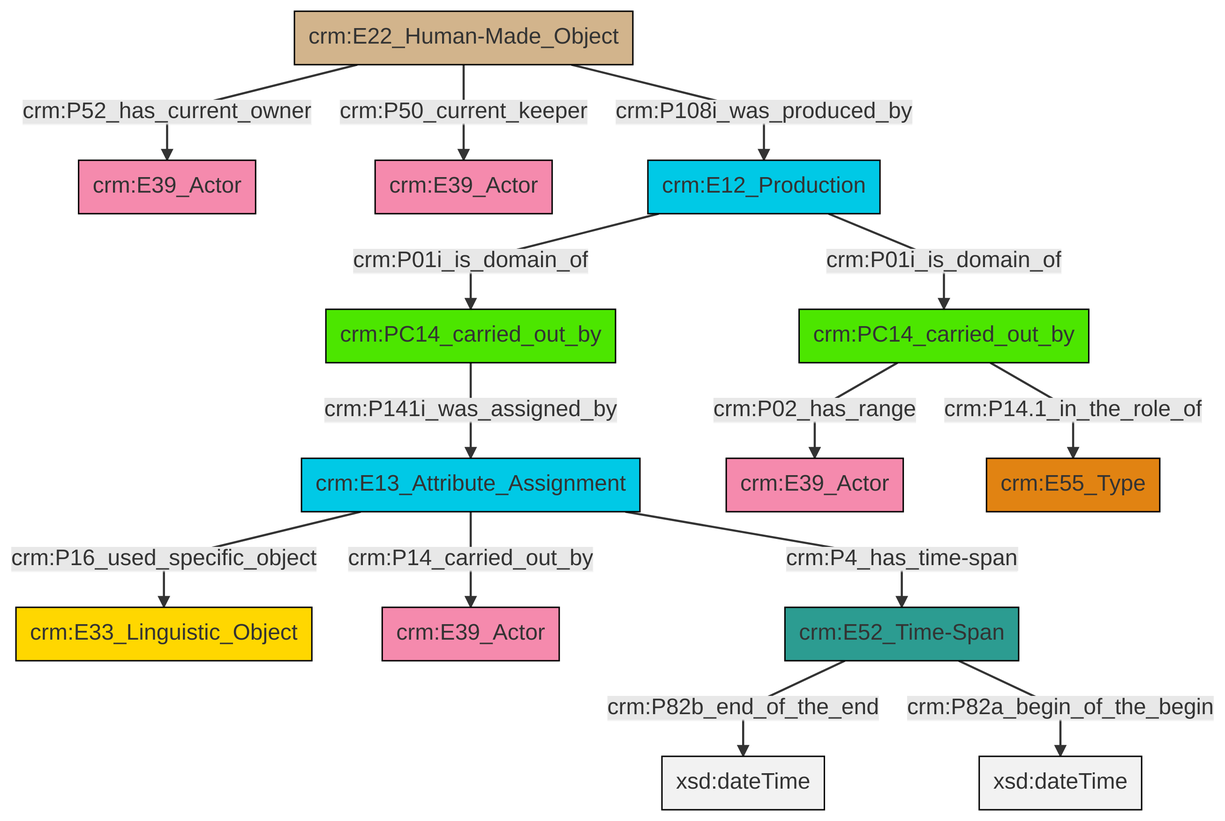
Earlier version of the Mermaid export et/carrierCSV/ttl/mmd/png/carrier_relations.png (swiss-art-research-net/docs.swissartresearch). Its source is kept beside it as et/carrierCSV/ttl/mmd/carrier_relations.ttl.mmd.
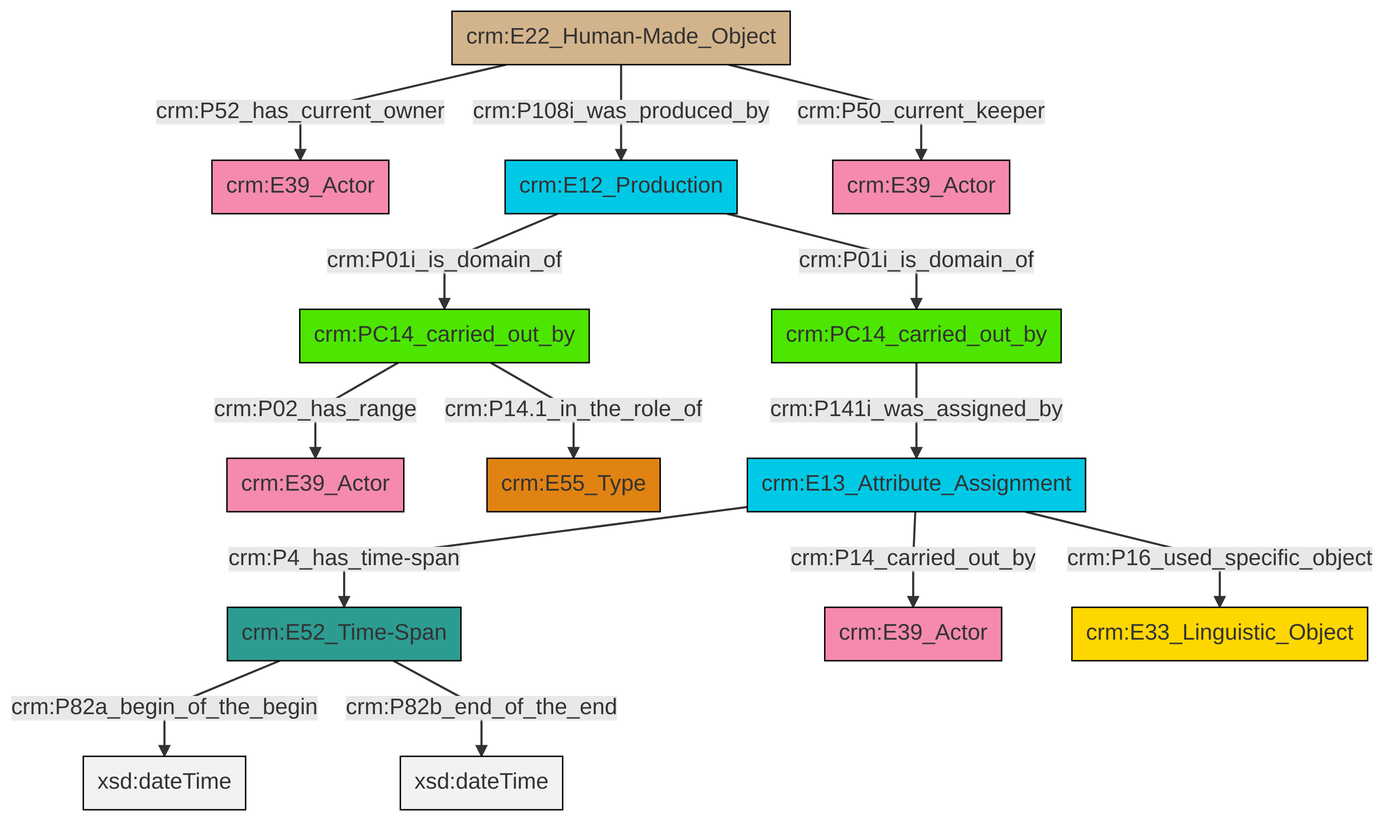
After the commit.

Diff of the diagram source:
```diff
@@ -13,16 +13,16 @@
 classDef PC_Classes fill:#4ce600, stroke:#000000;
 classDef Multi fill:#cccccc,stroke:#000000;
 
-0["crm:E13_Attribute_Assignment"]:::Temporal_Entity -->|crm:P16_used_specific_object| 1["crm:E33_Linguistic_Object"]:::Conceptual_Object
-4["crm:PC14_carried_out_by"]:::PC_Classes -->|crm:P02_has_range| 5["crm:E39_Actor"]:::Actor
-8["crm:E22_Human-Made_Object"]:::Physical_Thing -->|crm:P108i_was_produced_by| 9["crm:E12_Production"]:::Temporal_Entity
-8["crm:E22_Human-Made_Object"]:::Physical_Thing -->|crm:P50_current_keeper| 6["crm:E39_Actor"]:::Actor
-9["crm:E12_Production"]:::Temporal_Entity -->|crm:P01i_is_domain_of| 11["crm:PC14_carried_out_by"]:::PC_Classes
-11["crm:PC14_carried_out_by"]:::PC_Classes -->|crm:P141i_was_assigned_by| 0["crm:E13_Attribute_Assignment"]:::Temporal_Entity
-0["crm:E13_Attribute_Assignment"]:::Temporal_Entity -->|crm:P4_has_time-span| 18["crm:E52_Time-Span"]:::Time-Span
-18["crm:E52_Time-Span"]:::Time-Span -->|crm:P82b_end_of_the_end| 19[xsd:dateTime]:::Literal
-8["crm:E22_Human-Made_Object"]:::Physical_Thing -->|crm:P52_has_current_owner| 2["crm:E39_Actor"]:::Actor
-4["crm:PC14_carried_out_by"]:::PC_Classes -->|crm:P14.1_in_the_role_of| 20["crm:E55_Type"]:::Type
-0["crm:E13_Attribute_Assignment"]:::Temporal_Entity -->|crm:P14_carried_out_by| 13["crm:E39_Actor"]:::Actor
-9["crm:E12_Production"]:::Temporal_Entity -->|crm:P01i_is_domain_of| 4["crm:PC14_carried_out_by"]:::PC_Classes
-18["crm:E52_Time-Span"]:::Time-Span -->|crm:P82a_begin_of_the_begin| 25[xsd:dateTime]:::Literal
+0["crm:E52_Time-Span"]:::Time-Span -->|crm:P82a_begin_of_the_begin| 1[xsd:dateTime]:::Literal
+2["crm:E22_Human-Made_Object"]:::Physical_Thing -->|crm:P52_has_current_owner| 3["crm:E39_Actor"]:::Actor
+2["crm:E22_Human-Made_Object"]:::Physical_Thing -->|crm:P108i_was_produced_by| 4["crm:E12_Production"]:::Temporal_Entity
+0["crm:E52_Time-Span"]:::Time-Span -->|crm:P82b_end_of_the_end| 6[xsd:dateTime]:::Literal
+4["crm:E12_Production"]:::Temporal_Entity -->|crm:P01i_is_domain_of| 9["crm:PC14_carried_out_by"]:::PC_Classes
+9["crm:PC14_carried_out_by"]:::PC_Classes -->|crm:P02_has_range| 7["crm:E39_Actor"]:::Actor
+16["crm:PC14_carried_out_by"]:::PC_Classes -->|crm:P141i_was_assigned_by| 14["crm:E13_Attribute_Assignment"]:::Temporal_Entity
+9["crm:PC14_carried_out_by"]:::PC_Classes -->|crm:P14.1_in_the_role_of| 12["crm:E55_Type"]:::Type
+14["crm:E13_Attribute_Assignment"]:::Temporal_Entity -->|crm:P14_carried_out_by| 17["crm:E39_Actor"]:::Actor
+4["crm:E12_Production"]:::Temporal_Entity -->|crm:P01i_is_domain_of| 16["crm:PC14_carried_out_by"]:::PC_Classes
+2["crm:E22_Human-Made_Object"]:::Physical_Thing -->|crm:P50_current_keeper| 22["crm:E39_Actor"]:::Actor
+14["crm:E13_Attribute_Assignment"]:::Temporal_Entity -->|crm:P4_has_time-span| 0["crm:E52_Time-Span"]:::Time-Span
+14["crm:E13_Attribute_Assignment"]:::Temporal_Entity -->|crm:P16_used_specific_object| 20["crm:E33_Linguistic_Object"]:::Conceptual_Object
```
